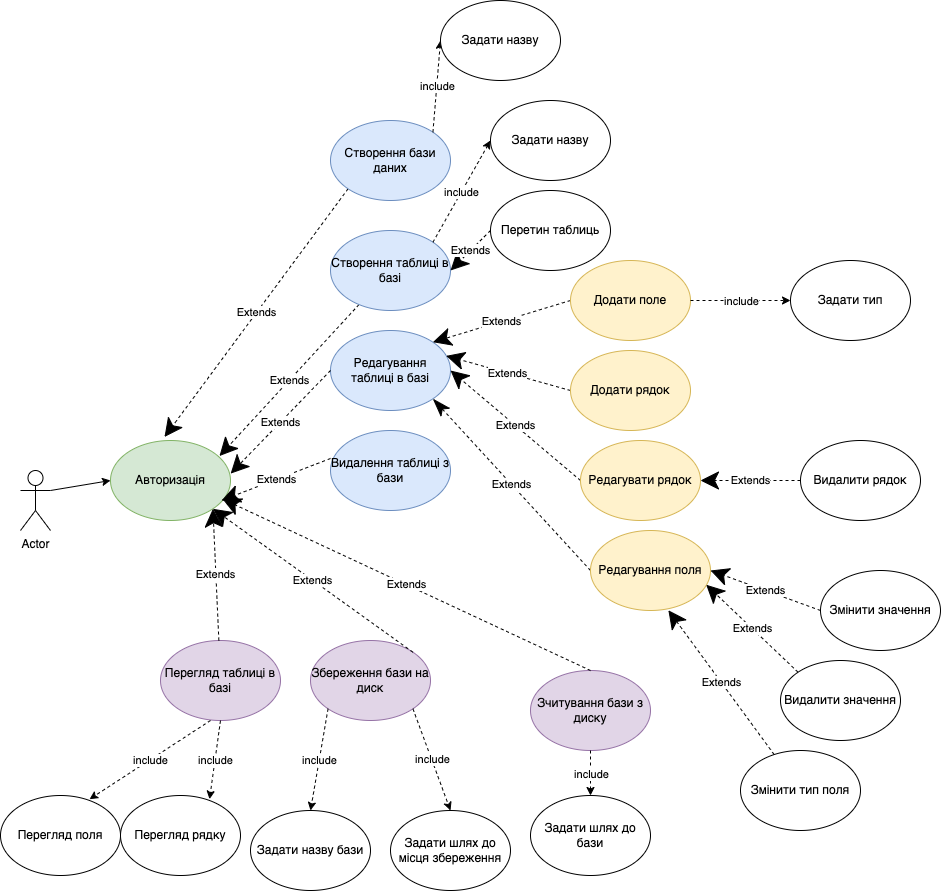
zayatsliza/IT keeps this draw.io diagram as UML.drawio.png. Above is the earlier version. Source tidied: cells renumbered, new cells last; positions are measured from the earlier drawing's top-left corner, leaving out a move shared by most shapes.
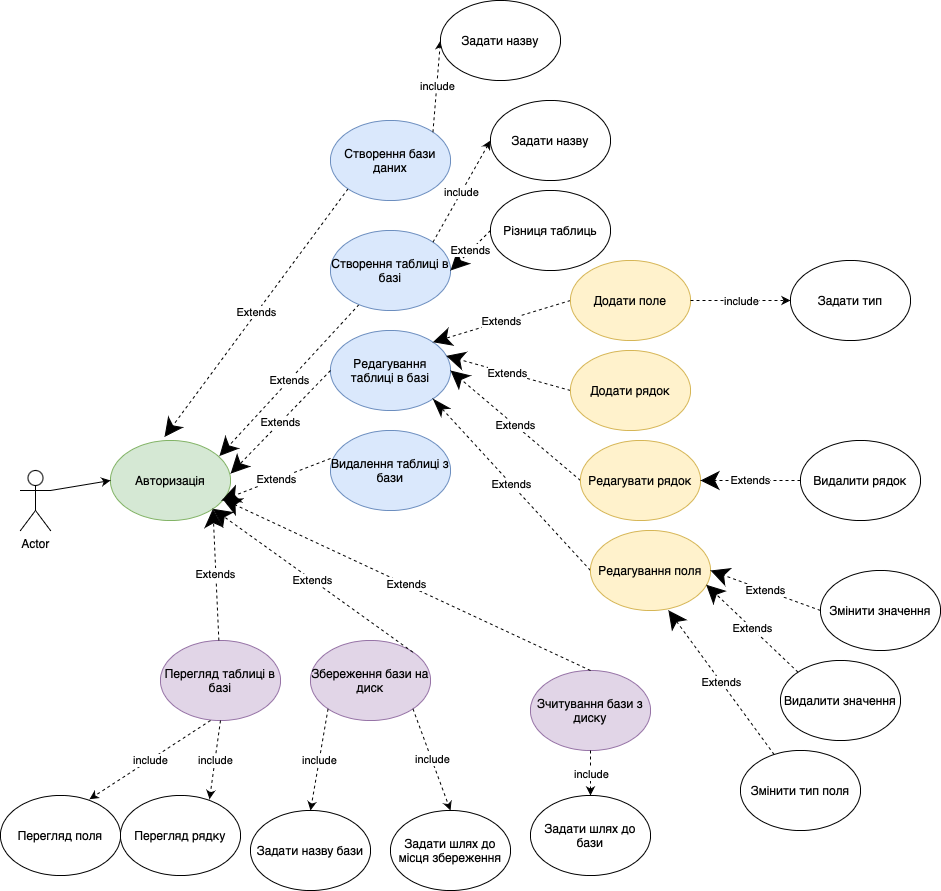
Above is the later version.

The edit, as a diff of the source:
```diff
@@ -178,7 +178,7 @@
     <mxCell id="59" value="Extends" style="endArrow=classic;endSize=16;endFill=1;html=1;rounded=0;entryX=1;entryY=0.5;entryDx=0;entryDy=0;dashed=1;exitX=0;exitY=0.5;exitDx=0;exitDy=0;" parent="1" edge="1" source="60" target="8">
       <mxGeometry relative="1" as="geometry" />
     </mxCell>
-    <mxCell id="60" value="Перетин таблиць" style="ellipse;whiteSpace=wrap;html=1;" parent="1" vertex="1">
+    <mxCell id="60" value="Різниця таблиць" style="ellipse;whiteSpace=wrap;html=1;" parent="1" vertex="1">
       <mxGeometry x="490" y="190" width="120" height="80" as="geometry" />
     </mxCell>
   </root>
```
